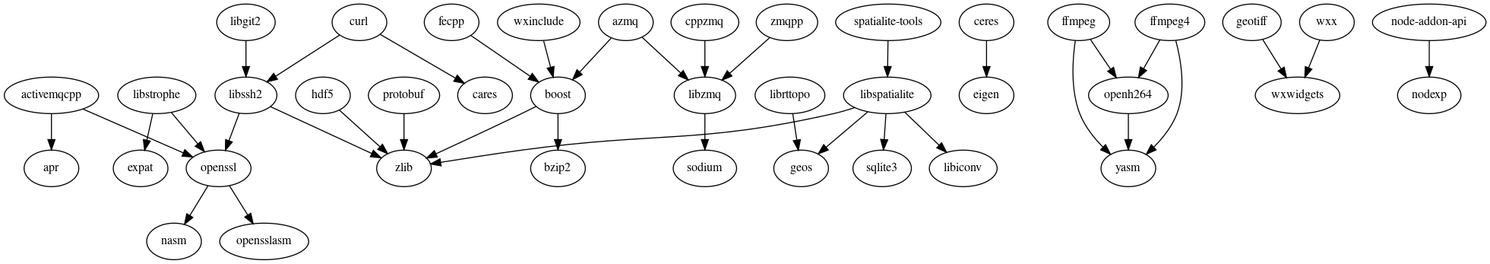
This is cmake/deps.png from externpro/externpro, a Graphviz export, as it was before one commit. Its source is kept beside it as cmake/deps.dot.
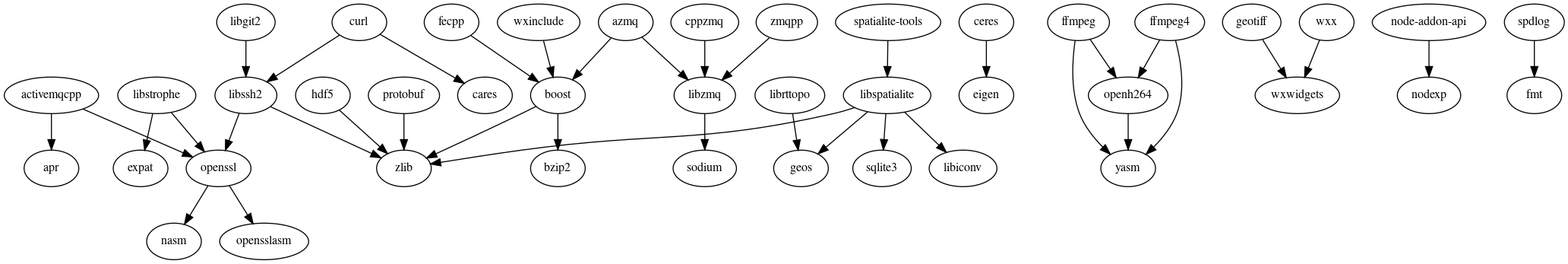
Above is the later version.

Commit message:
pros: spdlog v1.15.3.1 from github/externpro

The edit, as a diff of the source:
```diff
@@ -34,6 +34,7 @@
   "openssl" -> "opensslasm";
   "protobuf" -> "zlib";
   "spatialite-tools" -> "libspatialite";
+  "spdlog" -> "fmt";
   "wxinclude" -> "boost";
   "wxx" -> "wxwidgets";
   "zmqpp" -> "libzmq";
```
